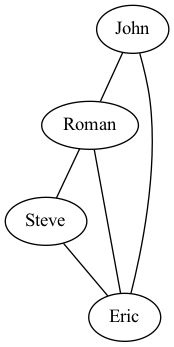
Above: {ik} UpLevel/Week 4/Graphviz Examples/example1.png in jdriselvato/Senior-iOS-Interview-Prep (Graphviz), before the change. Its source is kept beside it as {ik} UpLevel/Week 4/Graphviz Examples/example1.dot. The source it was exported from:
```dot
graph {
	John -- Roman;
	Roman -- Steve;
	Steve -- Eric;
	Eric -- Roman;
	Eric -- John;
}
```
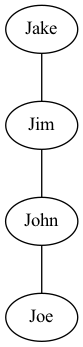
After the commit.

Commit message:
updated gviz example

Diff of the diagram source:
```diff
@@ -1,7 +1,5 @@
 graph {
-	John -- Roman;
-	Roman -- Steve;
-	Steve -- Eric;
-	Eric -- Roman;
-	Eric -- John;
+	John -- Joe;
+	Jake -- Jim;
+	Jim -- John;
 }
```
